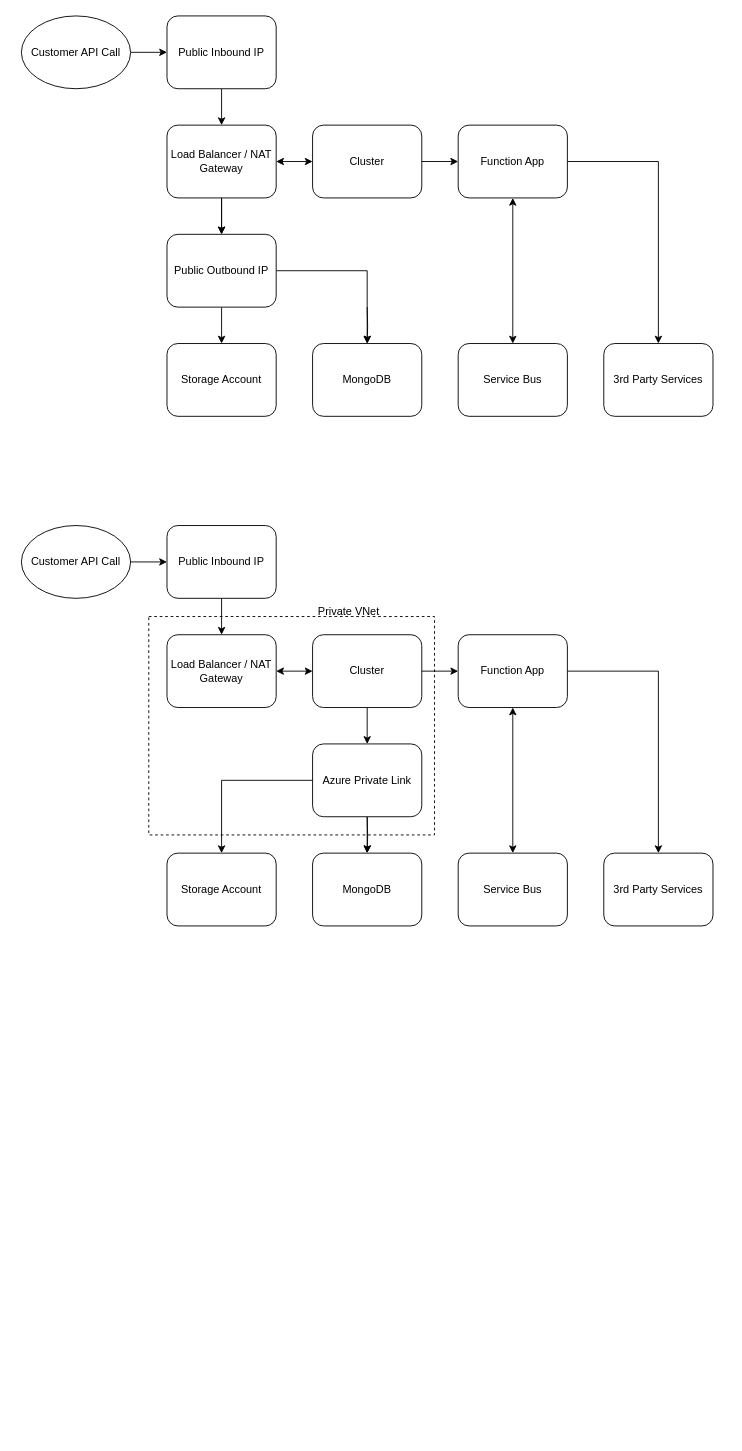
Above: network-segmentation.drawio in fredyeah/diagrams (draw.io), before the change. Source tidied: cells renumbered, new cells numbered last; positions are measured from the earlier drawing's top-left corner, leaving out a move shared by most shapes. Both pictures are drawn from the tidied source at 91%, with x=0, y=0 at pixel (21, 15).
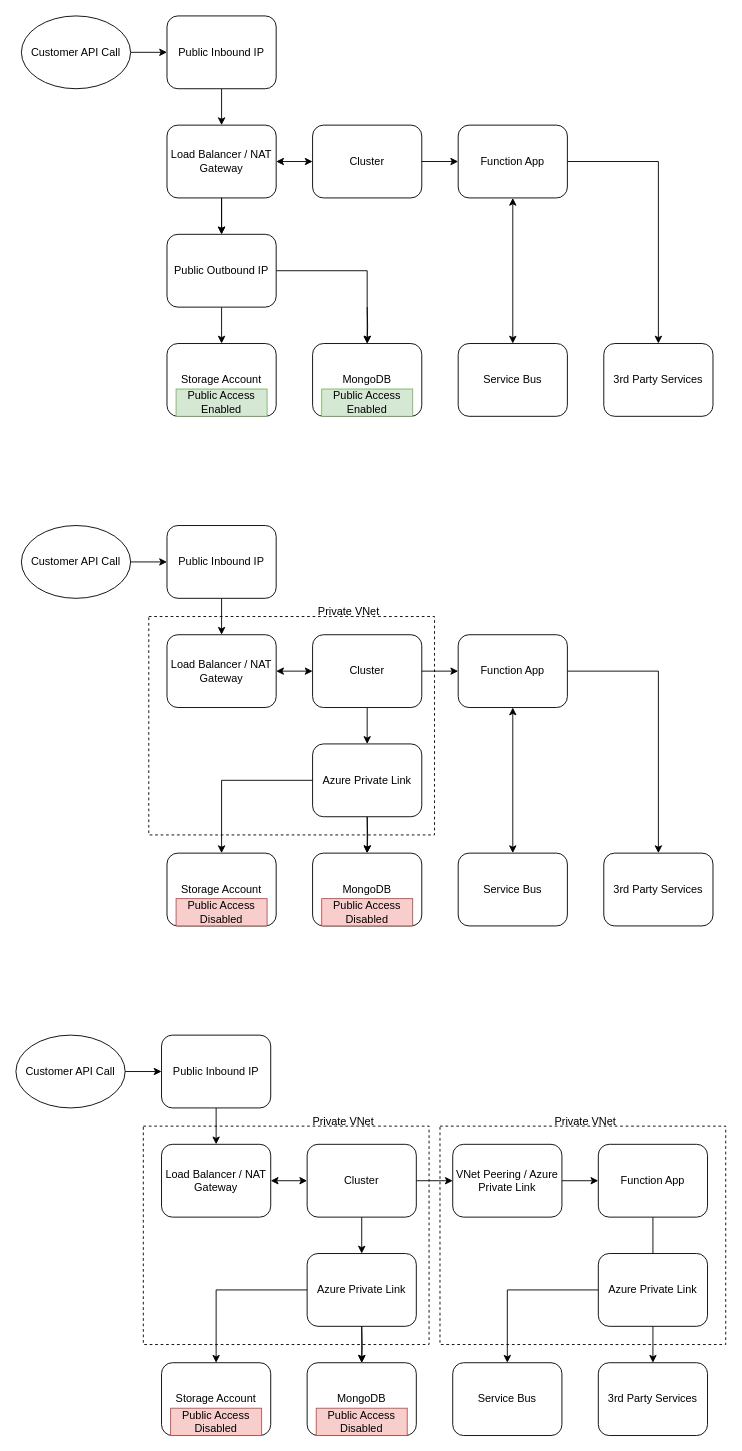
After the change.

What changed in the source:
```diff
@@
+    <mxCell id="43" style="rounded=0;whiteSpace=wrap;html=1;fillColor=none;dashed=1;" parent="1" vertex="1">
+      <mxGeometry x="140" y="660" width="314" height="240" as="geometry" />
+    </mxCell>
+    <mxCell id="45" style="rounded=0;whiteSpace=wrap;html=1;fillColor=none;dashed=1;" parent="1" vertex="1">
+      <mxGeometry x="460" y="1220" width="314" height="240" as="geometry" />
+    </mxCell>
+    <mxCell id="46" style="rounded=0;whiteSpace=wrap;html=1;fillColor=none;dashed=1;" parent="1" vertex="1">
+      <mxGeometry x="134" y="1220" width="314" height="240" as="geometry" />
+    </mxCell>
@@
-    <mxCell id="43" style="rounded=0;whiteSpace=wrap;html=1;fillColor=none;dashed=1;" parent="1" vertex="1">
-      <mxGeometry x="140" y="660" width="314" height="240" as="geometry" />
-    </mxCell>
@@
+    <mxCell id="47" style="edgeStyle=orthogonalEdgeStyle;rounded=0;jettySize=auto;html=1;entryX=0.5;entryY=0;entryDx=0;entryDy=0;startArrow=none;startFill=0;exitX=0.5;exitY=1;exitDx=0;exitDy=0;" parent="1" edge="1" source="61" target="48">
+      <mxGeometry relative="1" as="geometry">
+        <Array as="points">
+          <mxPoint x="374" y="1400" />
+          <mxPoint x="214" y="1400" />
+        </Array>
+      </mxGeometry>
+    </mxCell>
+    <mxCell id="48" value="Storage Account" style="rounded=1;whiteSpace=wrap;html=1;" parent="1" vertex="1">
+      <mxGeometry x="154" y="1480" width="120" height="80" as="geometry" />
+    </mxCell>
+    <mxCell id="49" value="MongoDB" style="rounded=1;whiteSpace=wrap;html=1;" parent="1" vertex="1">
+      <mxGeometry x="314" y="1480" width="120" height="80" as="geometry" />
+    </mxCell>
+    <mxCell id="50" style="edgeStyle=orthogonalEdgeStyle;rounded=0;jettySize=auto;html=1;entryX=0.5;entryY=0;entryDx=0;entryDy=0;startArrow=none;startFill=0;" parent="1" edge="1" target="49">
+      <mxGeometry relative="1" as="geometry">
+        <mxPoint x="374" y="1440" as="sourcePoint" />
+      </mxGeometry>
+    </mxCell>
+    <mxCell id="51" style="edgeStyle=orthogonalEdgeStyle;rounded=0;jettySize=auto;html=1;" parent="1" edge="1" source="52" target="54">
+      <mxGeometry relative="1" as="geometry" />
+    </mxCell>
+    <mxCell id="52" value="Function App" style="rounded=1;whiteSpace=wrap;html=1;" parent="1" vertex="1">
+      <mxGeometry x="634" y="1240" width="120" height="80" as="geometry" />
+    </mxCell>
+    <mxCell id="53" value="Service Bus" style="rounded=1;whiteSpace=wrap;html=1;" parent="1" vertex="1">
+      <mxGeometry x="474" y="1480" width="120" height="80" as="geometry" />
+    </mxCell>
+    <mxCell id="54" value="3rd Party Services" style="rounded=1;whiteSpace=wrap;html=1;" parent="1" vertex="1">
+      <mxGeometry x="634" y="1480" width="120" height="80" as="geometry" />
+    </mxCell>
+    <mxCell id="55" style="edgeStyle=orthogonalEdgeStyle;rounded=0;jettySize=auto;html=1;entryX=0.5;entryY=0;entryDx=0;entryDy=0;" parent="1" edge="1" source="61" target="49">
+      <mxGeometry relative="1" as="geometry">
+        <Array as="points">
+          <mxPoint x="374" y="1400" />
+        </Array>
+      </mxGeometry>
+    </mxCell>
+    <mxCell id="56" value="Load Balancer / NAT Gateway" style="rounded=1;whiteSpace=wrap;html=1;" parent="1" vertex="1">
+      <mxGeometry x="154" y="1240" width="120" height="80" as="geometry" />
+    </mxCell>
+    <mxCell id="57" style="edgeStyle=orthogonalEdgeStyle;rounded=0;jettySize=auto;html=1;entryX=1;entryY=0.5;entryDx=0;entryDy=0;startArrow=classic;startFill=1;" parent="1" edge="1" source="60" target="56">
+      <mxGeometry relative="1" as="geometry" />
+    </mxCell>
+    <mxCell id="58" style="edgeStyle=orthogonalEdgeStyle;rounded=0;jettySize=auto;html=1;entryX=0.5;entryY=0;entryDx=0;entryDy=0;" parent="1" edge="1" source="60" target="61">
+      <mxGeometry relative="1" as="geometry" />
+    </mxCell>
+    <mxCell id="59" style="edgeStyle=orthogonalEdgeStyle;rounded=0;jettySize=auto;html=1;entryX=0;entryY=0.5;entryDx=0;entryDy=0;" parent="1" edge="1" source="60" target="70">
+      <mxGeometry relative="1" as="geometry" />
+    </mxCell>
+    <mxCell id="60" value="Cluster" style="rounded=1;whiteSpace=wrap;html=1;" parent="1" vertex="1">
+      <mxGeometry x="314" y="1240" width="120" height="80" as="geometry" />
+    </mxCell>
+    <mxCell id="61" value="Azure Private Link" style="rounded=1;whiteSpace=wrap;html=1;" parent="1" vertex="1">
+      <mxGeometry x="314" y="1360" width="120" height="80" as="geometry" />
+    </mxCell>
+    <mxCell id="62" style="edgeStyle=orthogonalEdgeStyle;rounded=0;jettySize=auto;html=1;entryX=0.5;entryY=0;entryDx=0;entryDy=0;" parent="1" edge="1" source="63" target="56">
+      <mxGeometry relative="1" as="geometry" />
+    </mxCell>
+    <mxCell id="63" value="Public Inbound IP" style="rounded=1;whiteSpace=wrap;html=1;" parent="1" vertex="1">
+      <mxGeometry x="154" y="1120" width="120" height="80" as="geometry" />
+    </mxCell>
+    <mxCell id="64" style="edgeStyle=orthogonalEdgeStyle;rounded=0;jettySize=auto;html=1;entryX=0;entryY=0.5;entryDx=0;entryDy=0;" parent="1" edge="1" source="65" target="63">
+      <mxGeometry relative="1" as="geometry" />
+    </mxCell>
+    <mxCell id="65" value="Customer API Call" style="ellipse;whiteSpace=wrap;html=1;" parent="1" vertex="1">
+      <mxGeometry x="-6" y="1120" width="120" height="80" as="geometry" />
+    </mxCell>
+    <mxCell id="66" value="Private VNet" style="text;html=1;strokeColor=none;fillColor=none;align=center;verticalAlign=middle;whiteSpace=wrap;rounded=0;" parent="1" vertex="1">
+      <mxGeometry x="314" y="1200" width="80" height="30" as="geometry" />
+    </mxCell>
+    <mxCell id="67" style="edgeStyle=orthogonalEdgeStyle;rounded=0;jettySize=auto;html=1;entryX=0.5;entryY=0;entryDx=0;entryDy=0;" parent="1" edge="1" source="68" target="53">
+      <mxGeometry relative="1" as="geometry" />
+    </mxCell>
+    <mxCell id="68" value="Azure Private Link" style="rounded=1;whiteSpace=wrap;html=1;" parent="1" vertex="1">
+      <mxGeometry x="634" y="1360" width="120" height="80" as="geometry" />
+    </mxCell>
+    <mxCell id="69" style="edgeStyle=orthogonalEdgeStyle;rounded=0;jettySize=auto;html=1;entryX=0;entryY=0.5;entryDx=0;entryDy=0;" parent="1" edge="1" source="70" target="52">
+      <mxGeometry relative="1" as="geometry" />
+    </mxCell>
+    <mxCell id="70" value="VNet Peering / Azure Private Link" style="rounded=1;whiteSpace=wrap;html=1;" parent="1" vertex="1">
+      <mxGeometry x="474" y="1240" width="120" height="80" as="geometry" />
+    </mxCell>
+    <mxCell id="71" value="Private VNet" style="text;html=1;strokeColor=none;fillColor=none;align=center;verticalAlign=middle;whiteSpace=wrap;rounded=0;" parent="1" vertex="1">
+      <mxGeometry x="580" y="1200" width="80" height="30" as="geometry" />
+    </mxCell>
+    <mxCell id="72" value="Public Access Enabled" style="text;html=1;strokeColor=#82b366;fillColor=#d5e8d4;align=center;verticalAlign=middle;whiteSpace=wrap;rounded=0;" parent="1" vertex="1">
+      <mxGeometry x="170" y="410" width="100" height="30" as="geometry" />
+    </mxCell>
+    <mxCell id="73" value="Public Access Enabled" style="text;html=1;strokeColor=#82b366;fillColor=#d5e8d4;align=center;verticalAlign=middle;whiteSpace=wrap;rounded=0;" parent="1" vertex="1">
+      <mxGeometry x="330" y="410" width="100" height="30" as="geometry" />
+    </mxCell>
+    <mxCell id="74" value="Public Access Disabled" style="text;html=1;strokeColor=#b85450;fillColor=#f8cecc;align=center;verticalAlign=middle;whiteSpace=wrap;rounded=0;" parent="1" vertex="1">
+      <mxGeometry x="170" y="970" width="100" height="30" as="geometry" />
+    </mxCell>
+    <mxCell id="75" value="Public Access Disabled" style="text;html=1;strokeColor=#b85450;fillColor=#f8cecc;align=center;verticalAlign=middle;whiteSpace=wrap;rounded=0;" parent="1" vertex="1">
+      <mxGeometry x="330" y="970" width="100" height="30" as="geometry" />
+    </mxCell>
+    <mxCell id="76" value="Public Access Disabled" style="text;html=1;strokeColor=#b85450;fillColor=#f8cecc;align=center;verticalAlign=middle;whiteSpace=wrap;rounded=0;" parent="1" vertex="1">
+      <mxGeometry x="164" y="1530" width="100" height="30" as="geometry" />
+    </mxCell>
+    <mxCell id="77" value="Public Access Disabled" style="text;html=1;strokeColor=#b85450;fillColor=#f8cecc;align=center;verticalAlign=middle;whiteSpace=wrap;rounded=0;" parent="1" vertex="1">
+      <mxGeometry x="324" y="1530" width="100" height="30" as="geometry" />
+    </mxCell>
```
